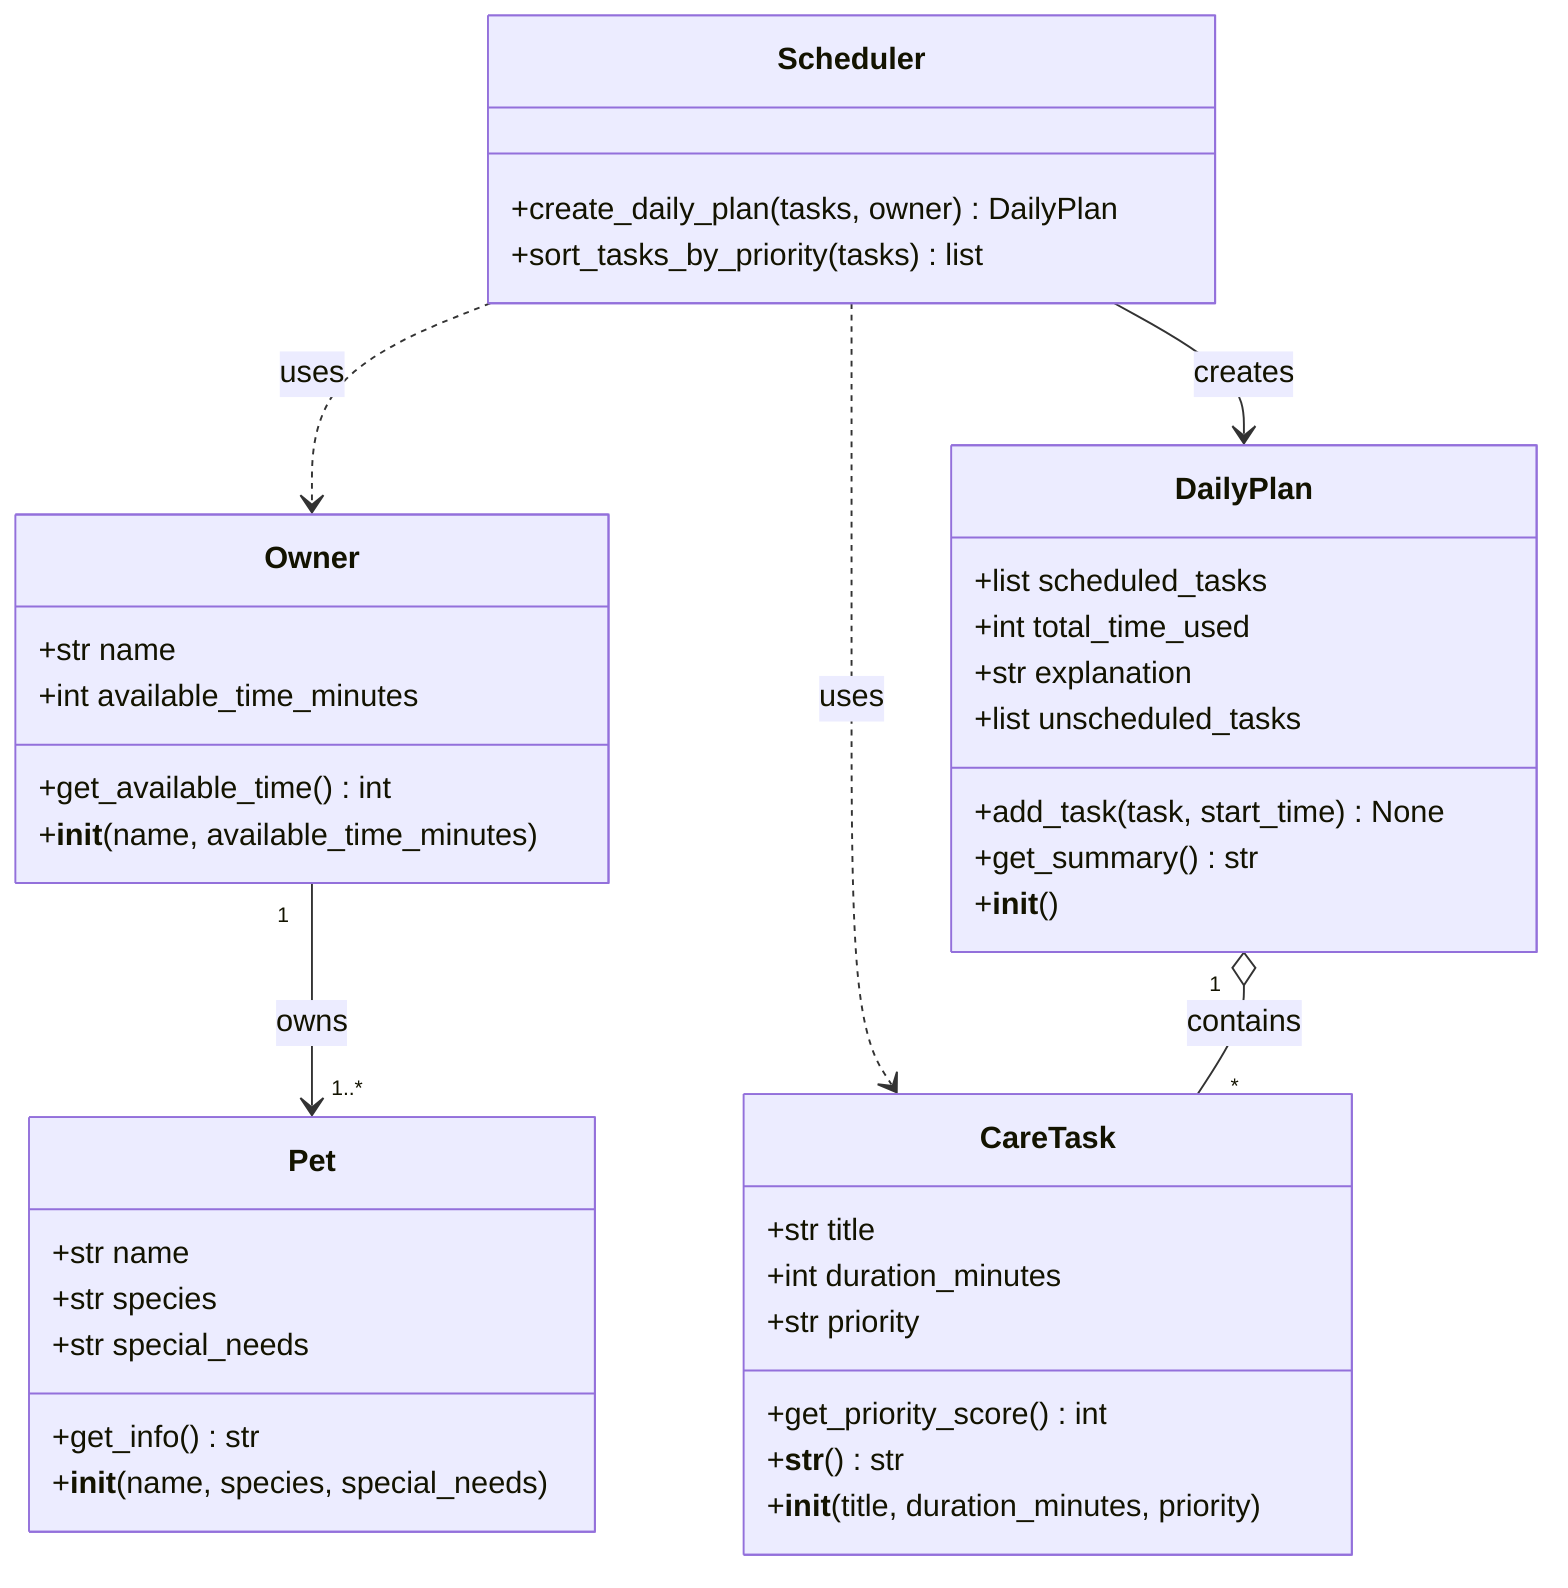
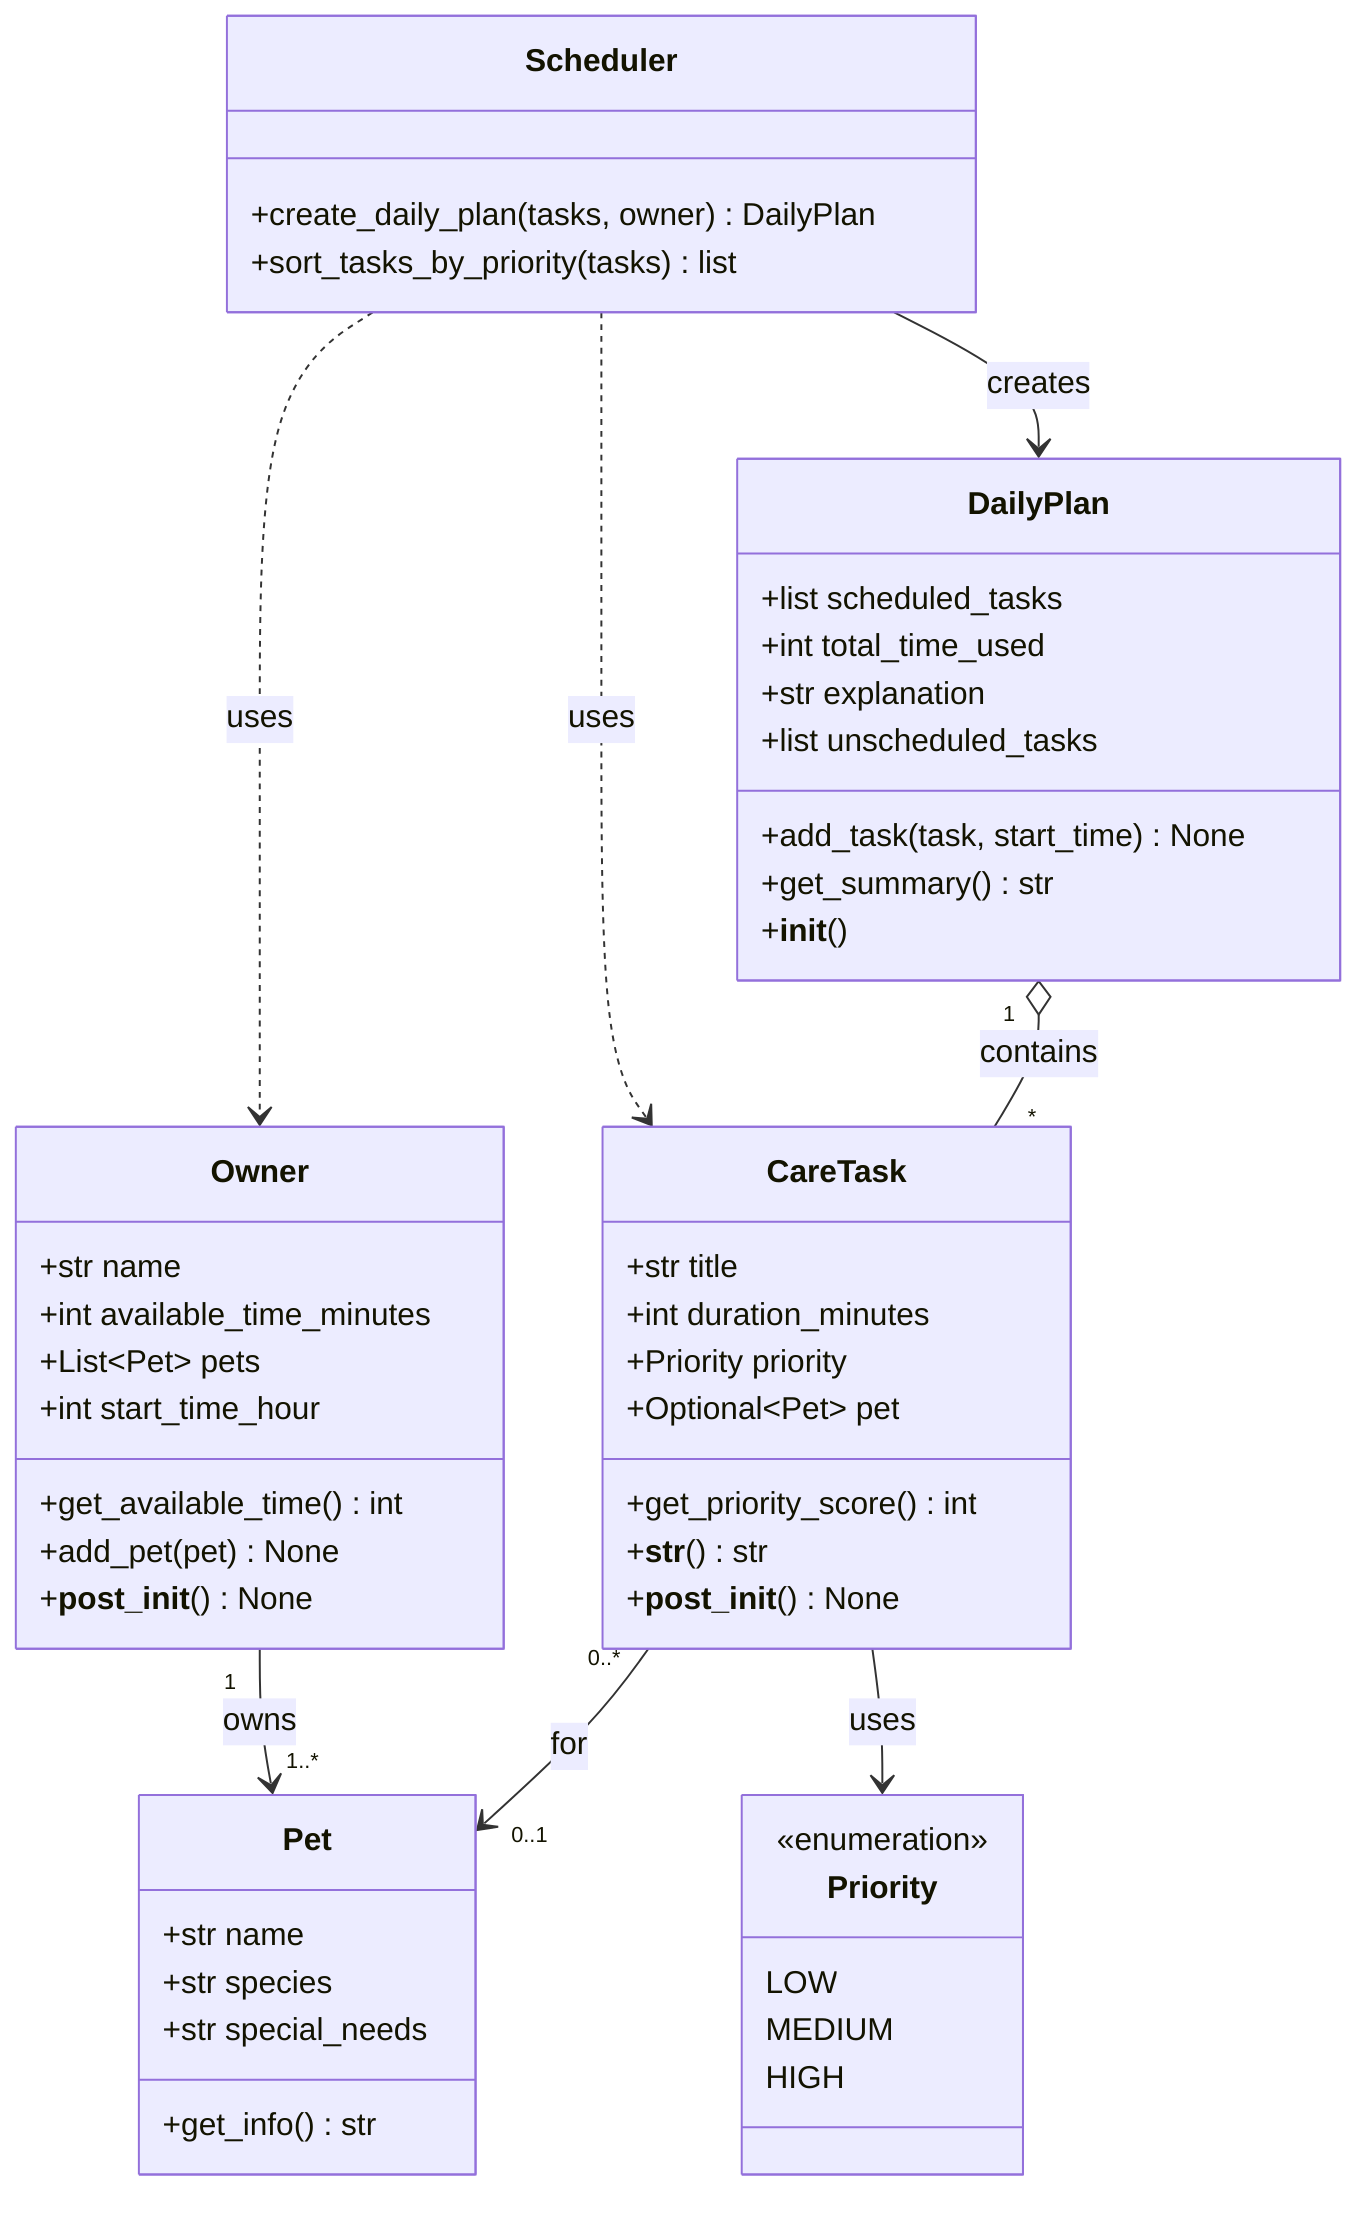
classDiagram
    %% PawPal+ Class Diagram
    %% Updated to reflect design changes including the DailyPlan class

+     class Priority {
+         <<enumeration>>
+         LOW
+         MEDIUM
+         HIGH
+     }
+ 
    class Owner {
        +str name
        +int available_time_minutes
+         +List~Pet~ pets
+         +int start_time_hour
        +get_available_time() int
-         +__init__(name, available_time_minutes)
+         +add_pet(pet) None
+         +__post_init__() None
    }

    class Pet {
        +str name
        +str species
        +str special_needs
        +get_info() str
-         +__init__(name, species, special_needs)
    }

    class CareTask {
        +str title
        +int duration_minutes
-         +str priority
+         +Priority priority
+         +Optional~Pet~ pet
        +get_priority_score() int
        +__str__() str
-         +__init__(title, duration_minutes, priority)
+         +__post_init__() None
    }

    class Scheduler {
        +create_daily_plan(tasks, owner) DailyPlan
        +sort_tasks_by_priority(tasks) list
    }

    class DailyPlan {
        +list scheduled_tasks
        +int total_time_used
        +str explanation
        +list unscheduled_tasks
        +add_task(task, start_time) None
        +get_summary() str
        +__init__()
    }

    Owner "1" --> "1..*" Pet : owns
+     CareTask --> Priority : uses
+     CareTask "0..*" --> "0..1" Pet : for
    Scheduler ..> Owner : uses
    Scheduler ..> CareTask : uses
    Scheduler --> DailyPlan : creates
    DailyPlan "1" o-- "*" CareTask : contains
